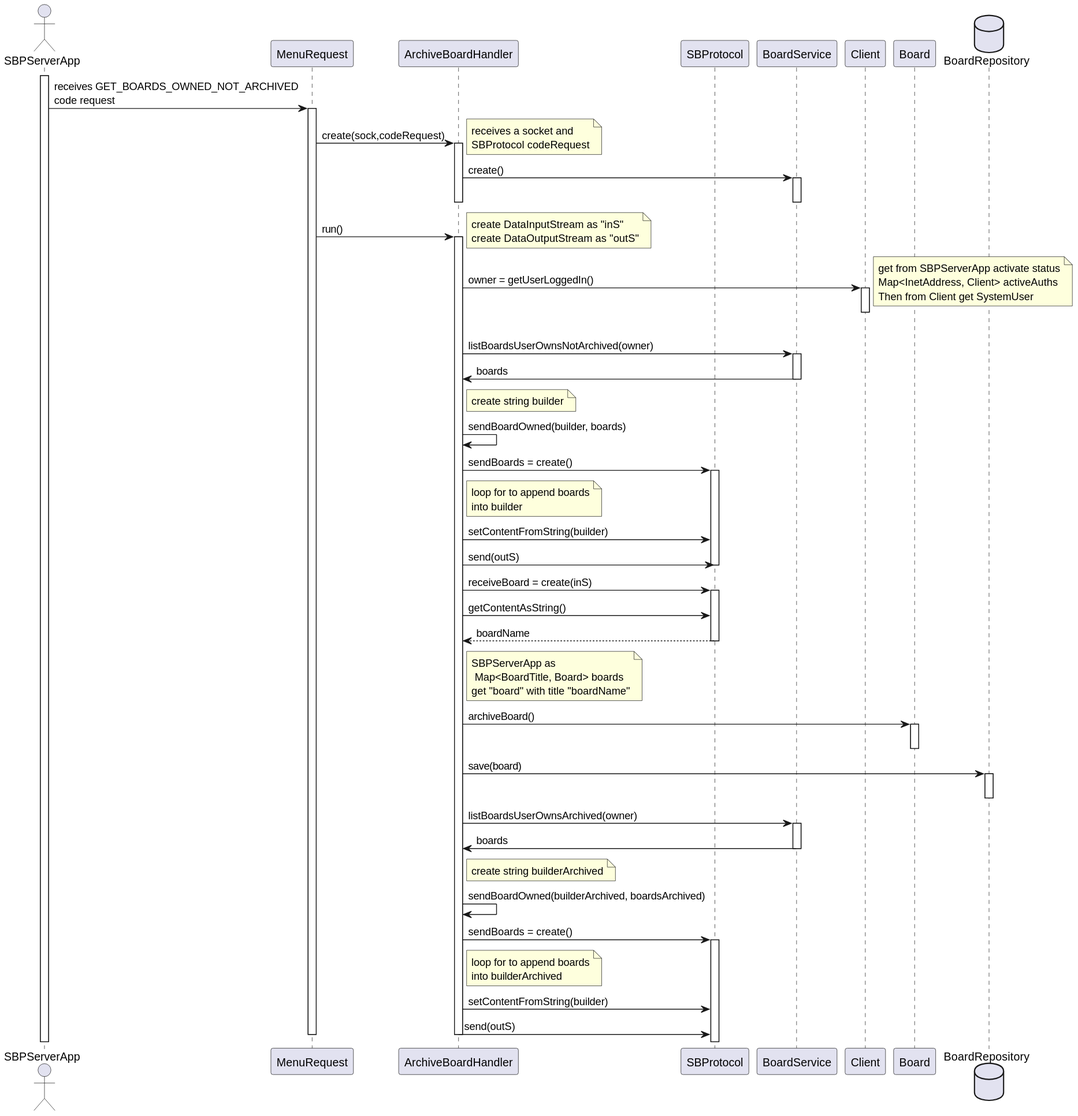
Earlier version of the PlantUML export docs/us_3010/serverSD.svg (jovami/isep-lapr4).
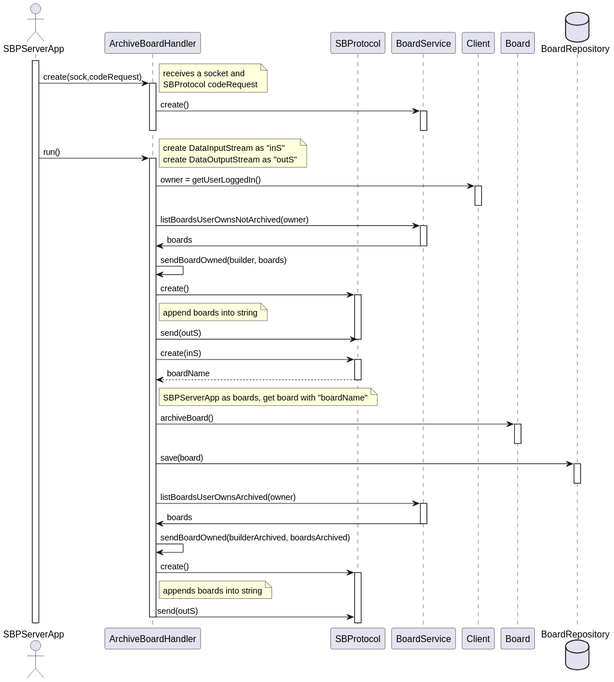
After the change.

What changed in the source:
```diff
@@ -1,7 +1,7 @@
 @startuml
 actor SBPServerApp as server
 
-participant MenuRequest as menu
+
 participant ArchiveBoardHandler as handler
 participant SBProtocol as sbp
 participant BoardService as svc
@@ -11,22 +11,19 @@
 
 
 activate server
-server -> menu : receives GET_BOARDS_OWNED_NOT_ARCHIVED\ncode request
-activate menu
-
-    menu -> handler: create(sock,codeRequest)
+server ->  handler: create(sock,codeRequest)
     note right : receives a socket and\nSBProtocol codeRequest
     activate handler
         handler -> svc : create()
         activate svc
         deactivate svc
     deactivate handler
-    menu -> handler : run()
+    server -> handler : run()
     note right : create DataInputStream as "inS"\ncreate DataOutputStream as "outS"
 
     activate handler
         handler -> c_user : owner = getUserLoggedIn()
-        note right: get from SBPServerApp activate status\nMap<InetAddress, Client> activeAuths\nThen from Client get SystemUser
+
         activate c_user
         deactivate c_user
 
@@ -37,23 +34,21 @@
 
 
 
-        note right of handler :create string builder
+
         handler -> handler : sendBoardOwned(builder, boards)
-        handler -> sbp : sendBoards = create()
+        handler -> sbp : create()
         activate sbp
-        note right of handler: loop for to append boards\ninto builder
+        note right of handler: append boards into string
 
-        handler -> sbp : setContentFromString(builder)
         handler -> sbp : send(outS)
         deactivate sbp
 
-        handler -> sbp : receiveBoard = create(inS)
+        handler -> sbp : create(inS)
         activate sbp
-        handler -> sbp : getContentAsString()
         sbp --> handler : boardName
         deactivate sbp
 
-        note right of handler: SBPServerApp as\n Map<BoardTitle, Board> boards\nget "board" with title "boardName"
+        note right of handler: SBPServerApp as boards, get board with "boardName"
 
         handler -> b : archiveBoard()
         activate b
@@ -68,17 +63,15 @@
             svc -> handler : boards
         deactivate svc
 
-        note right of handler :create string builderArchived
+
         handler -> handler : sendBoardOwned(builderArchived, boardsArchived)
-        handler -> sbp : sendBoards = create()
+        handler -> sbp : create()
        activate sbp
-        note right of handler: loop for to append boards\ninto builderArchived
+        note right of handler: appends boards into string
 
-        handler -> sbp : setContentFromString(builder)
         handler -> sbp : send(outS)
 
 
 
-    deactivate handler
-deactivate menu
+deactivate handler
 @enduml
```
